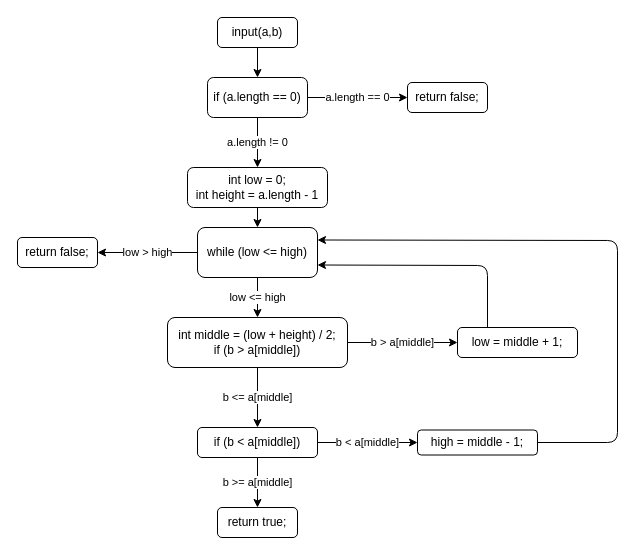
Before: sw6367-hw03.drawio in kntnguyen94/To-Do-List-Builder, a draw.io diagram. Source tidied: cells renumbered, new cells numbered last; positions are measured from the earlier drawing's top-left corner, leaving out a move shared by most shapes. Both pictures are drawn from the tidied source at 100%, with x=0, y=0 at pixel (17, 17).
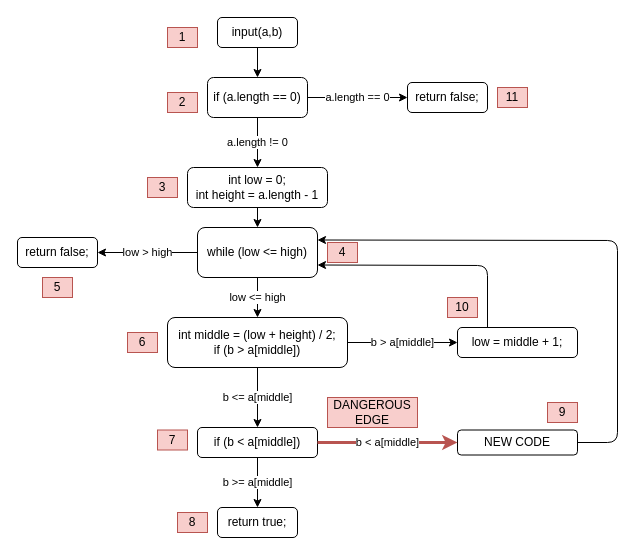
The same page after the edit.

Unchanged cells that the change refers to:
```xml
<mxCell id="17" value="if (b &amp;lt; a[middle])" style="rounded=1;whiteSpace=wrap;html=1;" parent="1" vertex="1">
  <mxGeometry x="180" y="410" width="120" height="30" as="geometry" />
</mxCell>
```

Change to the diagram source:
```diff
@@
-    <mxCell id="19" value="high = middle - 1;" style="rounded=1;whiteSpace=wrap;html=1;" parent="1" vertex="1">
-      <mxGeometry x="400" y="412.5" width="120" height="25" as="geometry" />
+    <mxCell id="19" value="NEW CODE" style="rounded=1;whiteSpace=wrap;html=1;" parent="1" vertex="1">
+      <mxGeometry x="440" y="412.5" width="120" height="25" as="geometry" />
     </mxCell>
-    <mxCell id="20" value="b &amp;lt; a[middle]" style="endArrow=classic;html=1;exitX=1;exitY=0.5;exitDx=0;exitDy=0;entryX=0;entryY=0.5;entryDx=0;entryDy=0;" parent="1" edge="1" source="17" target="19">
+    <mxCell id="20" value="b &amp;lt; a[middle]" style="endArrow=classic;html=1;exitX=1;exitY=0.5;exitDx=0;exitDy=0;entryX=0;entryY=0.5;entryDx=0;entryDy=0;fillColor=#f8cecc;strokeColor=#b85450;strokeWidth=3;" parent="1" edge="1" source="17" target="19">
       <mxGeometry relative="1" as="geometry" />
     </mxCell>
@@
+    <mxCell id="25" value="DANGEROUS EDGE" style="text;html=1;strokeColor=#b85450;fillColor=#f8cecc;align=center;verticalAlign=middle;whiteSpace=wrap;rounded=0;" parent="1" vertex="1">
+      <mxGeometry x="310" y="380" width="90" height="30" as="geometry" />
+    </mxCell>
+    <mxCell id="26" value="1" style="text;html=1;strokeColor=#b85450;fillColor=#f8cecc;align=center;verticalAlign=middle;whiteSpace=wrap;rounded=0;" parent="1" vertex="1">
+      <mxGeometry x="150" y="10" width="30" height="20" as="geometry" />
+    </mxCell>
+    <mxCell id="27" value="2" style="text;html=1;strokeColor=#b85450;fillColor=#f8cecc;align=center;verticalAlign=middle;whiteSpace=wrap;rounded=0;" parent="1" vertex="1">
+      <mxGeometry x="150" y="75" width="30" height="20" as="geometry" />
+    </mxCell>
+    <mxCell id="28" value="11" style="text;html=1;strokeColor=#b85450;fillColor=#f8cecc;align=center;verticalAlign=middle;whiteSpace=wrap;rounded=0;" parent="1" vertex="1">
+      <mxGeometry x="480" y="70" width="30" height="20" as="geometry" />
+    </mxCell>
+    <mxCell id="29" value="3" style="text;html=1;strokeColor=#b85450;fillColor=#f8cecc;align=center;verticalAlign=middle;whiteSpace=wrap;rounded=0;" parent="1" vertex="1">
+      <mxGeometry x="130" y="160" width="30" height="20" as="geometry" />
+    </mxCell>
+    <mxCell id="30" value="4" style="text;html=1;strokeColor=#b85450;fillColor=#f8cecc;align=center;verticalAlign=middle;whiteSpace=wrap;rounded=0;" parent="1" vertex="1">
+      <mxGeometry x="310" y="225" width="30" height="20" as="geometry" />
+    </mxCell>
+    <mxCell id="31" value="5" style="text;html=1;strokeColor=#b85450;fillColor=#f8cecc;align=center;verticalAlign=middle;whiteSpace=wrap;rounded=0;" parent="1" vertex="1">
+      <mxGeometry x="25" y="260" width="30" height="20" as="geometry" />
+    </mxCell>
+    <mxCell id="32" value="6" style="text;html=1;strokeColor=#b85450;fillColor=#f8cecc;align=center;verticalAlign=middle;whiteSpace=wrap;rounded=0;" parent="1" vertex="1">
+      <mxGeometry x="110" y="315" width="30" height="20" as="geometry" />
+    </mxCell>
+    <mxCell id="33" value="7" style="text;html=1;strokeColor=#b85450;fillColor=#f8cecc;align=center;verticalAlign=middle;whiteSpace=wrap;rounded=0;" parent="1" vertex="1">
+      <mxGeometry x="140" y="412.5" width="30" height="20" as="geometry" />
+    </mxCell>
+    <mxCell id="34" value="8" style="text;html=1;strokeColor=#b85450;fillColor=#f8cecc;align=center;verticalAlign=middle;whiteSpace=wrap;rounded=0;" parent="1" vertex="1">
+      <mxGeometry x="160" y="495" width="30" height="20" as="geometry" />
+    </mxCell>
+    <mxCell id="35" value="9" style="text;html=1;strokeColor=#b85450;fillColor=#f8cecc;align=center;verticalAlign=middle;whiteSpace=wrap;rounded=0;" parent="1" vertex="1">
+      <mxGeometry x="530" y="385" width="30" height="20" as="geometry" />
+    </mxCell>
+    <mxCell id="36" value="10" style="text;html=1;strokeColor=#b85450;fillColor=#f8cecc;align=center;verticalAlign=middle;whiteSpace=wrap;rounded=0;" parent="1" vertex="1">
+      <mxGeometry x="430" y="280" width="30" height="20" as="geometry" />
+    </mxCell>
```
